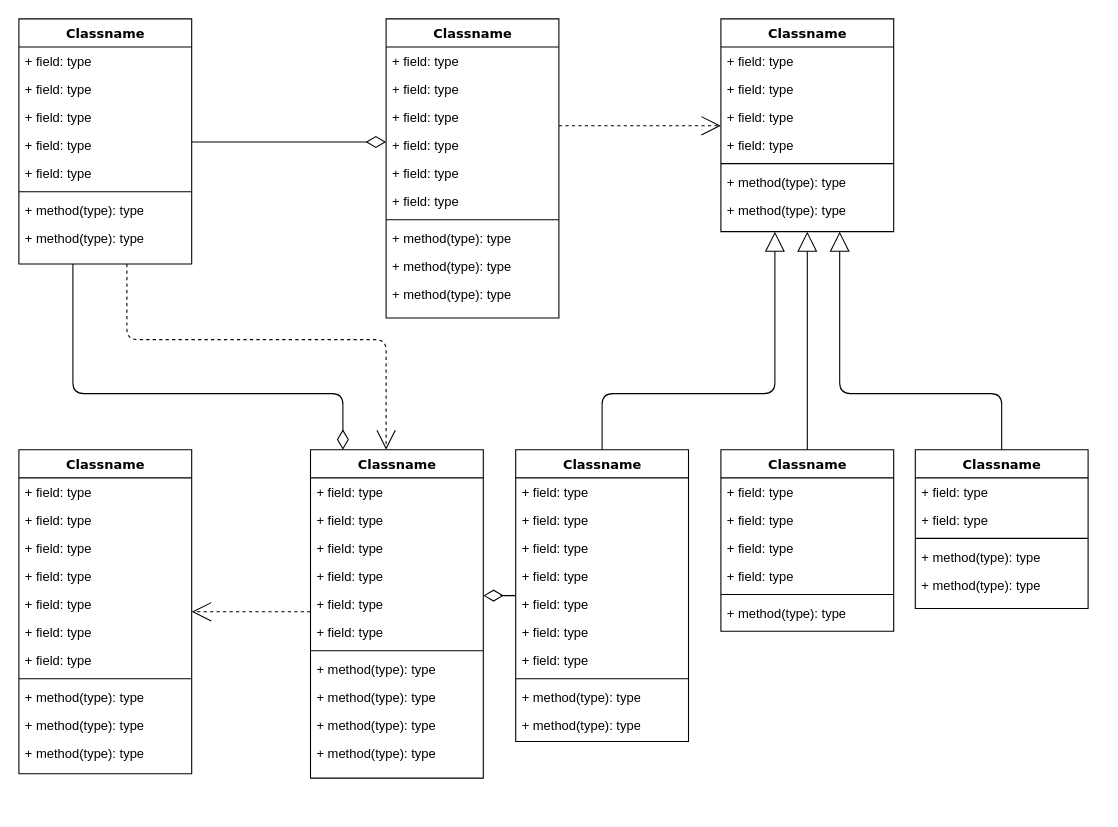
The draw.io diagram iot_v1.drawio in hypnosis01/draw-mes, before the edit. Source tidied: cells renumbered, new cells numbered last; positions are measured from the earlier drawing's top-left corner, leaving out a move shared by most shapes. Both pictures are drawn from the tidied source at 108%, with x=0, y=0 at pixel (18, 18).
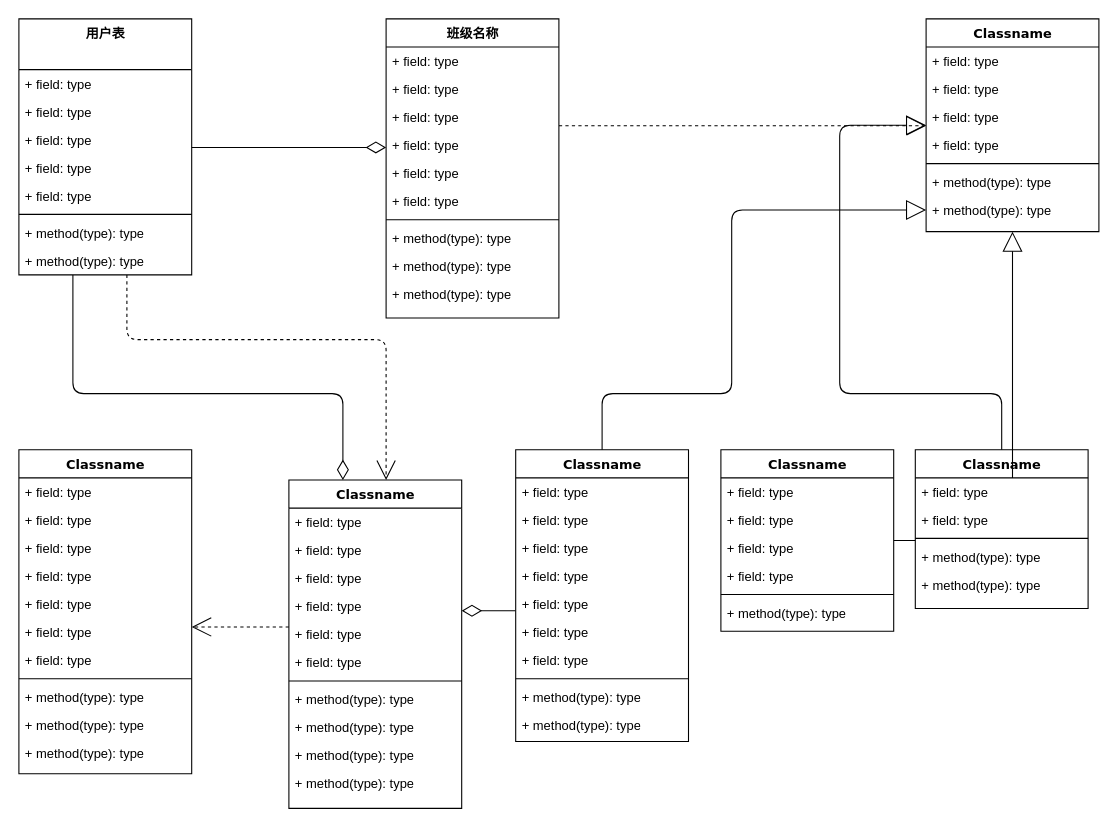
The same page after the edit.

The change refers to these unchanged cells:
```xml
<mxCell id="32" value="+ method(type): type" style="text;html=1;strokeColor=none;fillColor=none;align=left;verticalAlign=top;spacingLeft=4;spacingRight=4;whiteSpace=wrap;overflow=hidden;points=[[0,0.5],[1,0.5]];portConstraint=eastwest;" parent="25" vertex="1">
  <mxGeometry y="164" width="160" height="26" as="geometry" />
</mxCell>
<mxCell id="60" value="Classname" style="swimlane;html=1;fontStyle=1;align=center;verticalAlign=top;horizontal=1;startSize=26;swimlaneFillColor=#ffffff;rounded=0;shadow=0;comic=0;labelBackgroundColor=none;strokeWidth=1;fillColor=none;fontFamily=Verdana;fontSize=12;" parent="1" vertex="1">
  <mxGeometry x="460" y="399" width="160" height="270" as="geometry" />
</mxCell>
```

The edit, as a diff of the source:
```diff
@@
-    <mxCell id="4" value="Classname" style="swimlane;html=1;fontStyle=1;align=center;verticalAlign=top;horizontal=1;startSize=26;swimlaneFillColor=#ffffff;rounded=0;shadow=0;comic=0;labelBackgroundColor=none;strokeWidth=1;fillColor=none;fontFamily=Verdana;fontSize=12;" parent="1" vertex="1">
-      <mxGeometry width="160" height="227" as="geometry" />
+    <mxCell id="4" value="用户表&lt;br&gt;" style="swimlane;html=1;fontStyle=1;align=center;verticalAlign=top;horizontal=1;startSize=47;swimlaneFillColor=#ffffff;rounded=0;shadow=0;comic=0;labelBackgroundColor=none;strokeWidth=1;fillColor=none;fontFamily=Verdana;fontSize=12;" parent="1" vertex="1">
+      <mxGeometry width="160" height="237" as="geometry" />
     </mxCell>
     <mxCell id="5" value="+ field: type" style="text;html=1;strokeColor=none;fillColor=none;align=left;verticalAlign=top;spacingLeft=4;spacingRight=4;whiteSpace=wrap;overflow=hidden;" parent="4" vertex="1">
-      <mxGeometry y="26" width="160" height="26" as="geometry" />
+      <mxGeometry y="47" width="160" height="26" as="geometry" />
     </mxCell>
     <mxCell id="6" value="+ field: type" style="text;html=1;strokeColor=none;fillColor=none;align=left;verticalAlign=top;spacingLeft=4;spacingRight=4;whiteSpace=wrap;overflow=hidden;" parent="4" vertex="1">
-      <mxGeometry y="52" width="160" height="26" as="geometry" />
+      <mxGeometry y="73" width="160" height="26" as="geometry" />
     </mxCell>
     <mxCell id="7" value="+ field: type" style="text;html=1;strokeColor=none;fillColor=none;align=left;verticalAlign=top;spacingLeft=4;spacingRight=4;whiteSpace=wrap;overflow=hidden;" parent="4" vertex="1">
-      <mxGeometry y="78" width="160" height="26" as="geometry" />
+      <mxGeometry y="99" width="160" height="26" as="geometry" />
     </mxCell>
     <mxCell id="8" value="+ field: type" style="text;html=1;strokeColor=none;fillColor=none;align=left;verticalAlign=top;spacingLeft=4;spacingRight=4;whiteSpace=wrap;overflow=hidden;" parent="4" vertex="1">
-      <mxGeometry y="104" width="160" height="26" as="geometry" />
+      <mxGeometry y="125" width="160" height="26" as="geometry" />
     </mxCell>
     <mxCell id="9" value="+ field: type" style="text;html=1;strokeColor=none;fillColor=none;align=left;verticalAlign=top;spacingLeft=4;spacingRight=4;whiteSpace=wrap;overflow=hidden;" parent="4" vertex="1">
-      <mxGeometry y="130" width="160" height="26" as="geometry" />
+      <mxGeometry y="151" width="160" height="26" as="geometry" />
     </mxCell>
     <mxCell id="10" style="line;html=1;strokeWidth=1;fillColor=none;align=left;verticalAlign=middle;spacingTop=-1;spacingLeft=3;spacingRight=3;labelPosition=right;" parent="4" vertex="1">
-      <mxGeometry y="156" width="160" height="8" as="geometry" />
+      <mxGeometry y="177" width="160" height="8" as="geometry" />
     </mxCell>
     <mxCell id="11" value="+ method(type): type" style="text;html=1;strokeColor=none;fillColor=none;align=left;verticalAlign=top;spacingLeft=4;spacingRight=4;whiteSpace=wrap;overflow=hidden;" parent="4" vertex="1">
-      <mxGeometry y="164" width="160" height="26" as="geometry" />
+      <mxGeometry y="185" width="160" height="26" as="geometry" />
     </mxCell>
     <mxCell id="12" value="+ method(type): type" style="text;html=1;strokeColor=none;fillColor=none;align=left;verticalAlign=top;spacingLeft=4;spacingRight=4;whiteSpace=wrap;overflow=hidden;" parent="4" vertex="1">
-      <mxGeometry y="190" width="160" height="26" as="geometry" />
+      <mxGeometry y="211" width="160" height="26" as="geometry" />
     </mxCell>
@@
-    <mxCell id="14" value="Classname" style="swimlane;html=1;fontStyle=1;align=center;verticalAlign=top;horizontal=1;startSize=26;swimlaneFillColor=#ffffff;rounded=0;shadow=0;comic=0;labelBackgroundColor=none;strokeWidth=1;fillColor=none;fontFamily=Verdana;fontSize=12;" parent="1" vertex="1">
+    <mxCell id="14" value="班级名称" style="swimlane;html=1;fontStyle=1;align=center;verticalAlign=top;horizontal=1;startSize=26;swimlaneFillColor=#ffffff;rounded=0;shadow=0;comic=0;labelBackgroundColor=none;strokeWidth=1;fillColor=none;fontFamily=Verdana;fontSize=12;" parent="1" vertex="1">
       <mxGeometry x="340" width="160" height="277" as="geometry" />
     </mxCell>
@@
     <mxCell id="25" value="Classname" style="swimlane;html=1;fontStyle=1;align=center;verticalAlign=top;horizontal=1;startSize=26;swimlaneFillColor=#ffffff;rounded=0;shadow=0;comic=0;labelBackgroundColor=none;strokeWidth=1;fillColor=none;fontFamily=Verdana;fontSize=12;" parent="1" vertex="1">
-      <mxGeometry x="650" width="160" height="197" as="geometry" />
+      <mxGeometry x="840" width="160" height="197" as="geometry" />
     </mxCell>
@@
     <mxCell id="47" value="Classname" style="swimlane;html=1;fontStyle=1;align=center;verticalAlign=top;horizontal=1;startSize=26;swimlaneFillColor=#ffffff;rounded=0;shadow=0;comic=0;labelBackgroundColor=none;strokeWidth=1;fillColor=none;fontFamily=Verdana;fontSize=12;" parent="1" vertex="1">
-      <mxGeometry x="270" y="399" width="160" height="304" as="geometry" />
+      <mxGeometry x="250" y="427" width="160" height="304" as="geometry" />
     </mxCell>
@@
-    <mxCell id="59" style="edgeStyle=orthogonalEdgeStyle;html=1;labelBackgroundColor=none;startFill=0;startSize=8;endArrow=block;endFill=0;endSize=16;fontFamily=Verdana;fontSize=12;" parent="1" edge="1" source="60" target="25">
+    <mxCell id="59" style="edgeStyle=orthogonalEdgeStyle;html=1;labelBackgroundColor=none;startFill=0;startSize=8;endArrow=block;endFill=0;endSize=16;fontFamily=Verdana;fontSize=12;entryX=0;entryY=0.5;entryDx=0;entryDy=0;" parent="1" edge="1" source="60" target="32">
       <mxGeometry relative="1" as="geometry">
         <Array as="points">
           <mxPoint x="540" y="347" />
-          <mxPoint x="700" y="347" />
+          <mxPoint x="660" y="347" />
+          <mxPoint x="660" y="177" />
         </Array>
       </mxGeometry>
     </mxCell>
```
